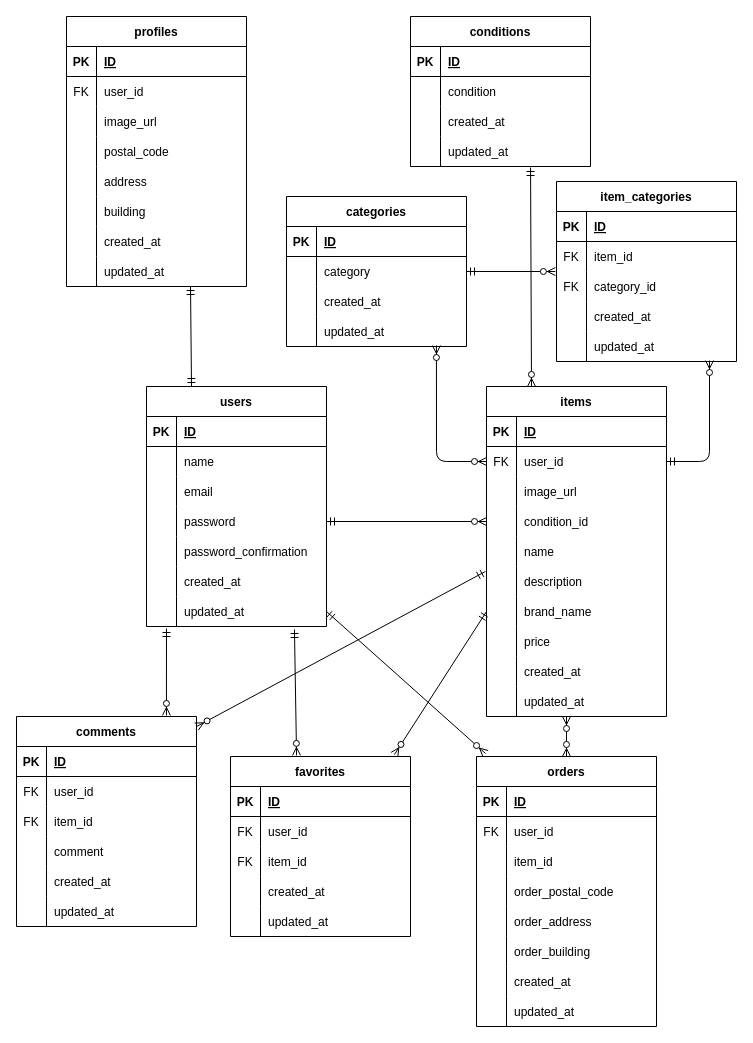
butterfly-39/mock_project1_20250127 keeps this draw.io diagram as diagram.drawio. Above is the earlier version. Source tidied: cells renumbered, new cells numbered last; positions are measured from the earlier drawing's top-left corner, leaving out a move shared by most shapes. Both pictures are drawn from the tidied source at 100%, with x=0, y=0 at pixel (16, 16).
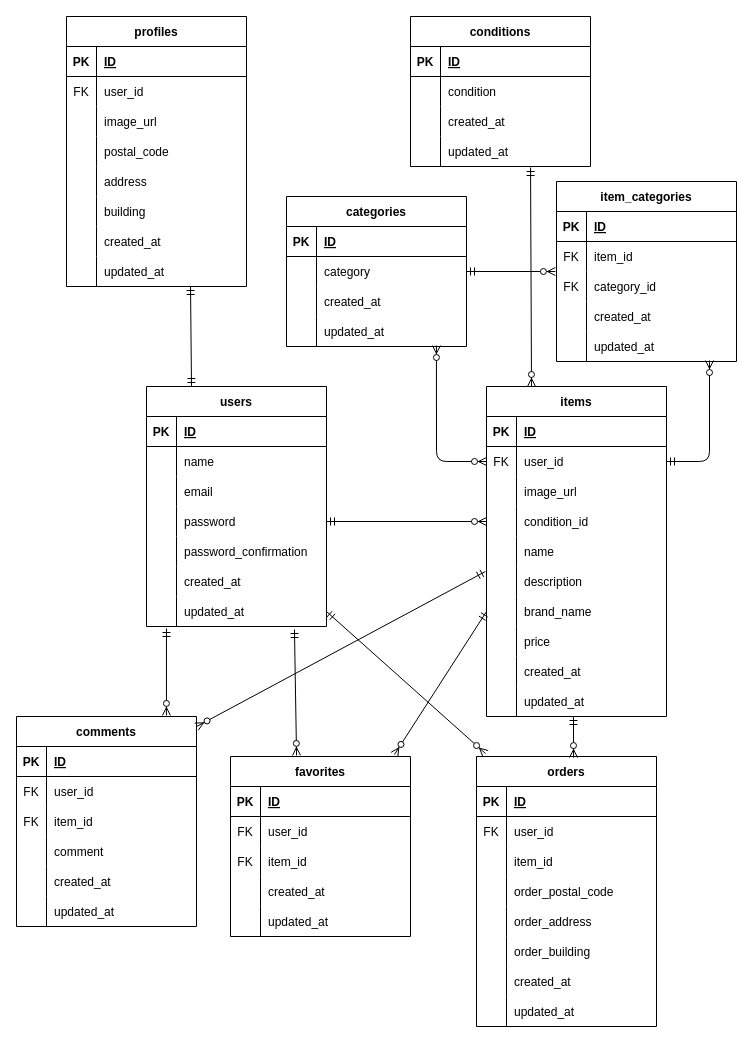
Above is the later version.

Unchanged cells that the change refers to:
```xml
<mxCell id="2" value="orders" style="shape=table;startSize=30;childLayout=tableLayout;rowLines=0;fontStyle=1;align=center;rounded=0;" parent="1" vertex="1">
  <mxGeometry x="460" y="740" width="180" height="270" as="geometry" />
</mxCell>
```

Diff of the diagram source:
```diff
@@
-    <mxCell id="193" style="fontSize=12;html=1;endArrow=ERzeroToMany;endFill=1;startArrow=ERzeroToMany;exitX=0.5;exitY=0;exitDx=0;exitDy=0;" parent="1" edge="1" source="2">
-      <mxGeometry relative="1" as="geometry">
-        <mxPoint x="550" y="700" as="targetPoint" />
-      </mxGeometry>
-    </mxCell>
+    <mxCell id="194" style="fontSize=12;html=1;endArrow=ERzeroToMany;startArrow=ERmandOne;entryX=0.539;entryY=0.004;entryDx=0;entryDy=0;entryPerimeter=0;" parent="1" edge="1" target="2">
+      <mxGeometry relative="1" as="geometry">
+        <mxPoint x="557" y="700" as="sourcePoint" />
+      </mxGeometry>
+    </mxCell>
```
